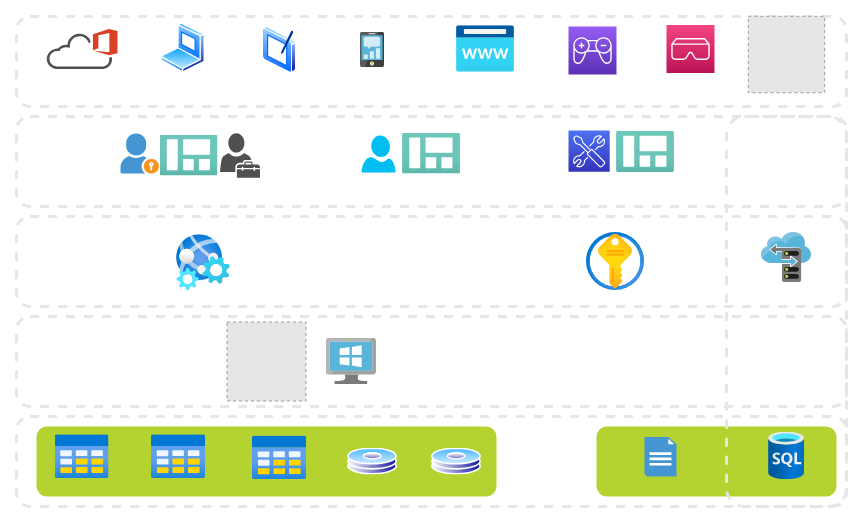
Earlier version of the draw.io diagram diagrama-plataforma-juegos-ecopetrol.drawio (atractorestudio/docs). Source tidied: cells renumbered, new cells numbered last; positions are measured from the earlier drawing's top-left corner, leaving out a move shared by most shapes. Both pictures are drawn from the tidied source at 100%, with x=0, y=0 at pixel (16, 16). Pictures stored in the file or linked from it are replaced by grey dashed boxes.
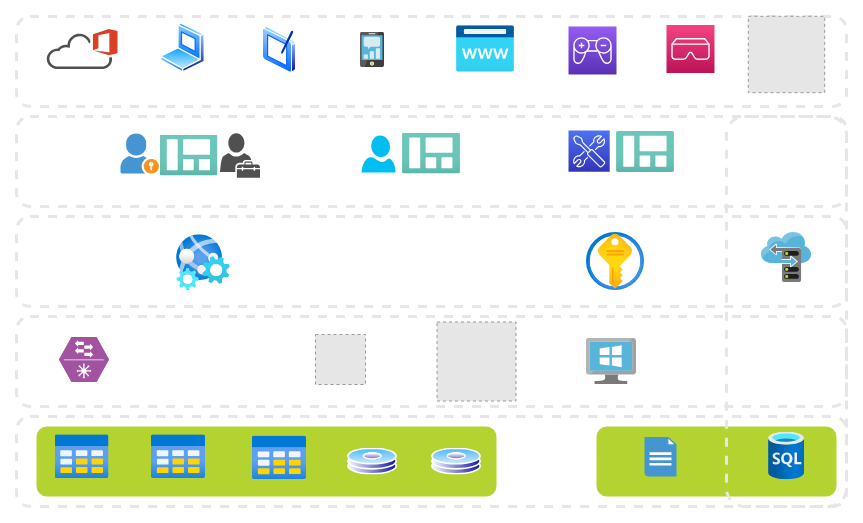
After the change.

Change to the diagram source:
```diff
@@
     <mxCell id="35" style="html=1;align=center;image;fontSize=12;image=img/lib/mscae/VirtualMachineWindows.svg;dashed=1;sketch=0;strokeColor=#E6E6E6;strokeWidth=3;fillColor=#B4D330;" parent="1" vertex="1">
-      <mxGeometry x="310" y="322" width="50" height="46" as="geometry" />
+      <mxGeometry x="570" y="322" width="50" height="46" as="geometry" />
     </mxCell>
     <mxCell id="36" style="fillColor=#E6E6E6;strokeColor=#999999;dashed=1;html=1;verticalAlign=top;verticalLabelPosition=bottom;labelBackgroundColor=#ffffff;" parent="1" vertex="1">
-      <mxGeometry x="210.5" y="305.5" width="79" height="79" as="geometry" />
+      <mxGeometry x="420.5" y="305.5" width="79" height="79" as="geometry" />
     </mxCell>
+    <mxCell id="37" style="fillColor=#E6E6E6;strokeColor=#999999;dashed=1;verticalLabelPosition=bottom;labelBackgroundColor=#ffffff;verticalAlign=top;" parent="1" vertex="1">
+      <mxGeometry x="299" y="318" width="50" height="50" as="geometry" />
+    </mxCell>
+    <mxCell id="38" style="verticalLabelPosition=bottom;html=1;fillColor=#A153A0;strokeColor=#ffffff;verticalAlign=top;align=center;shape=mxgraph.cisco_safe.compositeIcon;bgIcon=mxgraph.cisco_safe.design.blank_device;resIcon=mxgraph.cisco_safe.design.distribution_switch;dashed=1;sketch=0;" parent="1" vertex="1">
+      <mxGeometry x="42.5" y="320.5" width="50" height="45" as="geometry" />
+    </mxCell>
```
